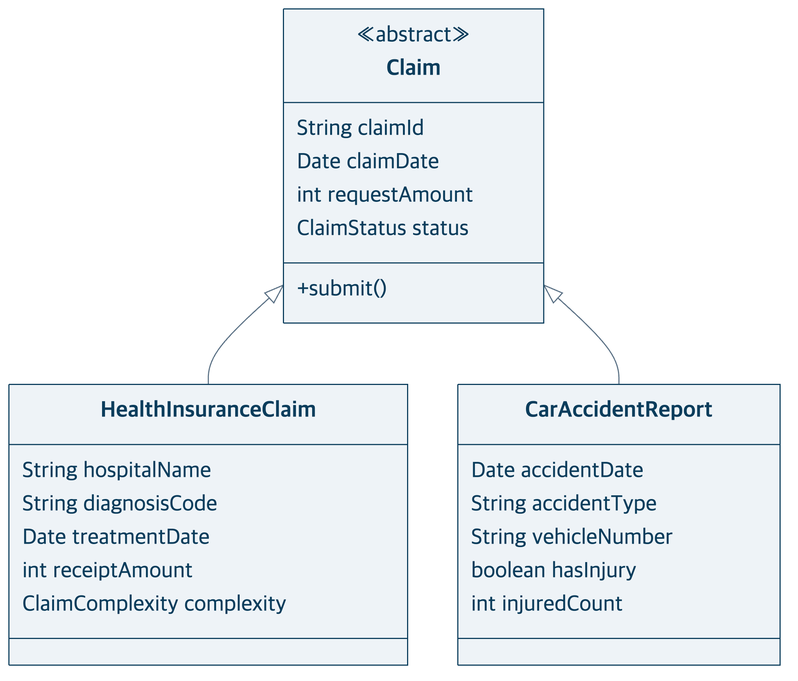
Before: docs/presentation/diagrams/clusters/claim-design.png, a diagram exported from Mermaid (heyoonyoon/distributed-programming). Its source is kept beside it as docs/presentation/diagrams/clusters/claim-design.mmd. Its diagram source:
```mermaid
classDiagram
direction TB
class Claim {
  <<abstract>>
  String claimId
  Date claimDate
  int requestAmount
  ClaimStatus status
  +submit()
}
class HealthInsuranceClaim {
  String hospitalName
  String diagnosisCode
  Date treatmentDate
  int receiptAmount
  ClaimComplexity complexity
}
class CarAccidentReport {
  Date accidentDate
  String accidentType
  String vehicleNumber
  boolean hasInjury
  int injuredCount
}
Claim <|-- HealthInsuranceClaim
Claim <|-- CarAccidentReport
```
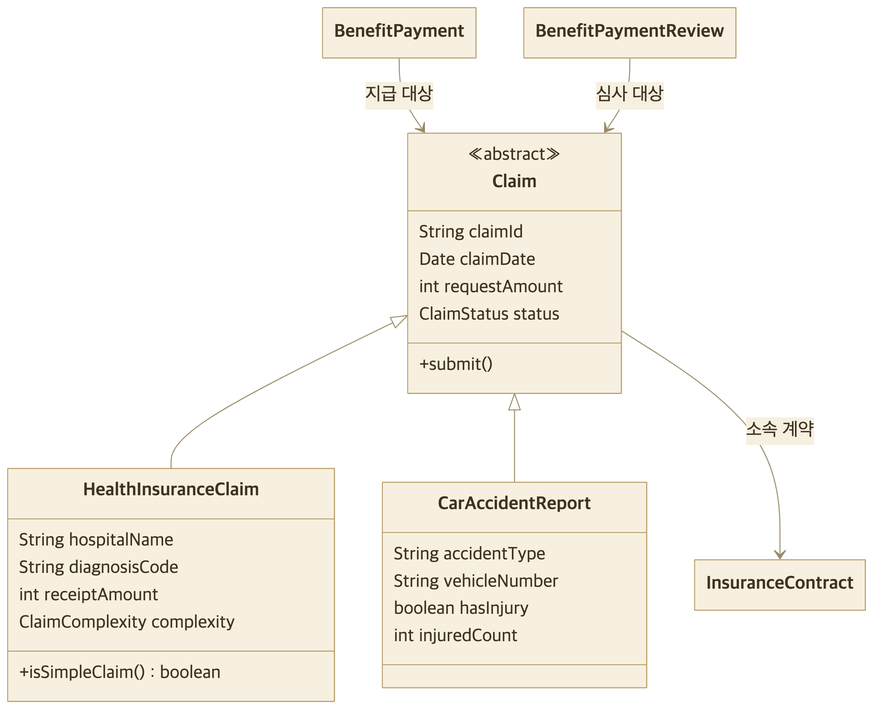
After the change.

What changed in the source:
```diff
@@ -11,16 +11,21 @@
 class HealthInsuranceClaim {
   String hospitalName
   String diagnosisCode
-  Date treatmentDate
   int receiptAmount
   ClaimComplexity complexity
+  +isSimpleClaim() boolean
 }
 class CarAccidentReport {
-  Date accidentDate
   String accidentType
   String vehicleNumber
   boolean hasInjury
   int injuredCount
 }
+class InsuranceContract
+class BenefitPayment
+class BenefitPaymentReview
 Claim <|-- HealthInsuranceClaim
 Claim <|-- CarAccidentReport
+Claim --> InsuranceContract : 소속 계약
+BenefitPayment --> Claim : 지급 대상
+BenefitPaymentReview --> Claim : 심사 대상
```
